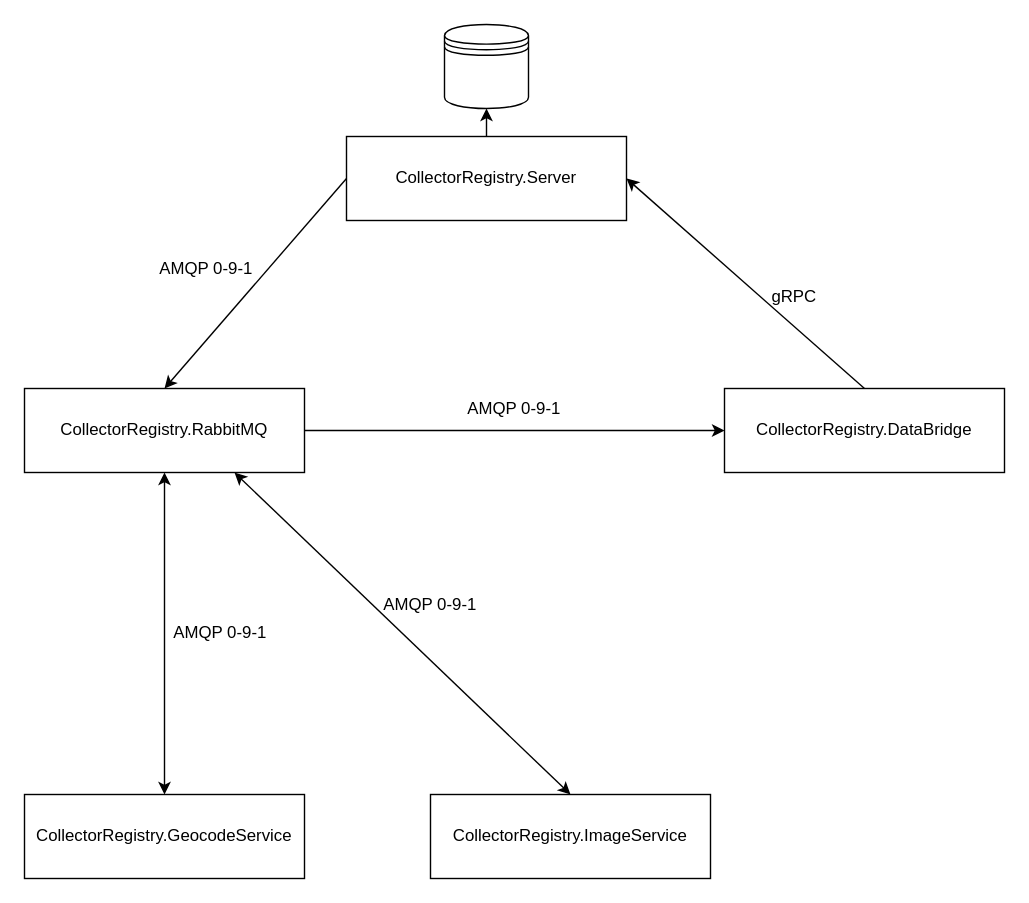
The draw.io diagram doc/Architecture.drawio in srenner/CollectorRegistry, before the edit. Source tidied: cells renumbered, new cells numbered last; positions are measured from the earlier drawing's top-left corner, leaving out a move shared by most shapes. Both pictures are drawn from the tidied source at 140%, with x=0, y=0 at pixel (24, 24).
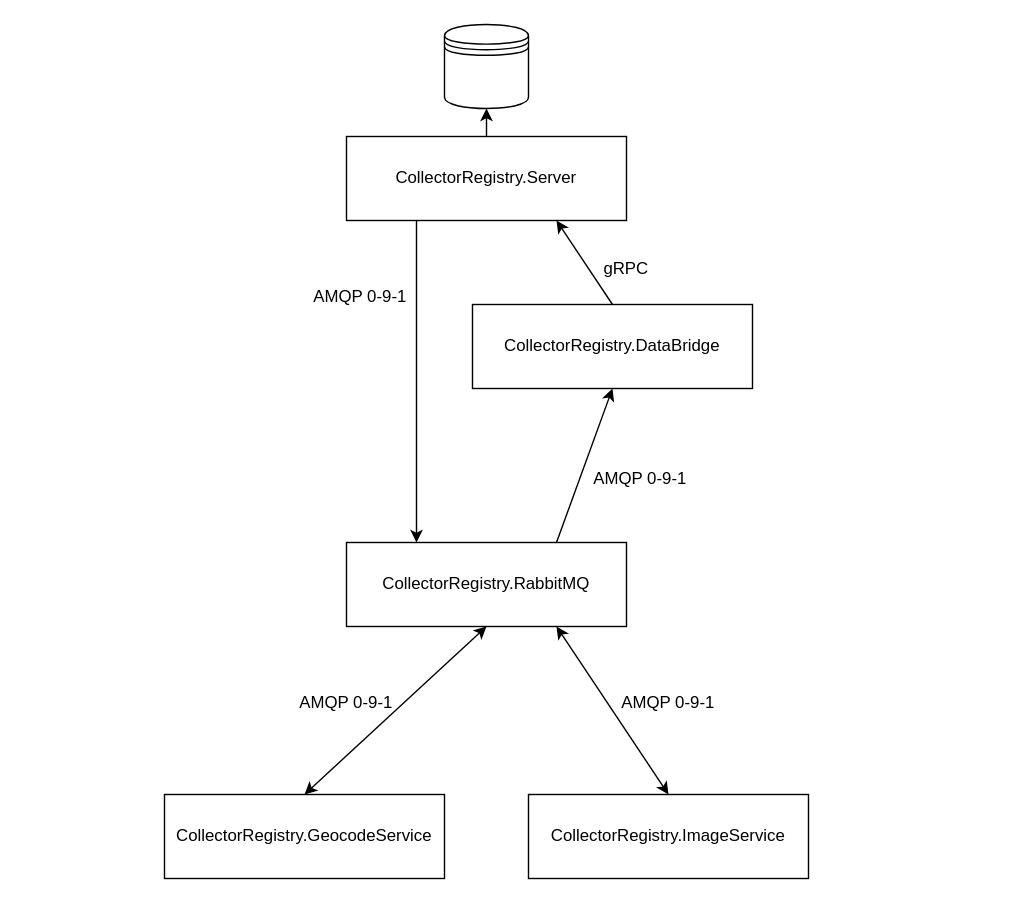
The same diagram, later.

Commit message:
reformat architecture diagram

What changed in the source:
```diff
@@
 <mxGraphModel>
   <root>
     <mxCell id="0" />
     <mxCell id="1" parent="0" />
     <mxCell id="2" value="CollectorRegistry.Server" style="rounded=0;whiteSpace=wrap;html=1;" parent="1" vertex="1">
       <mxGeometry x="230" y="80" width="200" height="60" as="geometry" />
     </mxCell>
     <mxCell id="3" style="shape=datastore;whiteSpace=wrap;html=1;" parent="1" vertex="1">
       <mxGeometry x="300" width="60" height="60" as="geometry" />
     </mxCell>
     <mxCell id="4" value="CollectorRegistry.RabbitMQ" style="rounded=0;whiteSpace=wrap;html=1;" parent="1" vertex="1">
-      <mxGeometry y="260" width="200" height="60" as="geometry" />
+      <mxGeometry x="230" y="370" width="200" height="60" as="geometry" />
     </mxCell>
     <mxCell id="5" value="CollectorRegistry.GeocodeService" style="rounded=0;whiteSpace=wrap;html=1;" parent="1" vertex="1">
-      <mxGeometry y="550" width="200" height="60" as="geometry" />
+      <mxGeometry x="100" y="550" width="200" height="60" as="geometry" />
     </mxCell>
     <mxCell id="6" value="CollectorRegistry.DataBridge" style="rounded=0;whiteSpace=wrap;html=1;" parent="1" vertex="1">
-      <mxGeometry x="500" y="260" width="200" height="60" as="geometry" />
+      <mxGeometry x="320" y="200" width="200" height="60" as="geometry" />
     </mxCell>
     <mxCell id="7" style="endArrow=classic;startArrow=classic;html=1;rounded=0;exitX=0.5;exitY=0;exitDx=0;exitDy=0;entryX=0.5;entryY=1;entryDx=0;entryDy=0;" parent="1" edge="1" source="5" target="4">
       <mxGeometry relative="1" as="geometry" />
     </mxCell>
-    <mxCell id="8" style="endArrow=classic;html=1;rounded=0;exitX=1;exitY=0.5;exitDx=0;exitDy=0;entryX=0;entryY=0.5;entryDx=0;entryDy=0;" parent="1" edge="1" source="4" target="6">
+    <mxCell id="8" style="endArrow=classic;html=1;rounded=0;exitX=0.75;exitY=0;exitDx=0;exitDy=0;entryX=0.5;entryY=1;entryDx=0;entryDy=0;" parent="1" edge="1" source="4" target="6">
       <mxGeometry relative="1" as="geometry" />
     </mxCell>
-    <mxCell id="9" style="endArrow=classic;html=1;rounded=0;exitX=0.5;exitY=0;exitDx=0;exitDy=0;entryX=1;entryY=0.5;entryDx=0;entryDy=0;" parent="1" edge="1" source="6" target="2">
+    <mxCell id="9" style="endArrow=classic;html=1;rounded=0;exitX=0.5;exitY=0;exitDx=0;exitDy=0;entryX=0.75;entryY=1;entryDx=0;entryDy=0;" parent="1" edge="1" source="6" target="2">
       <mxGeometry relative="1" as="geometry" />
     </mxCell>
-    <mxCell id="10" style="endArrow=classic;html=1;rounded=0;exitX=0;exitY=0.5;exitDx=0;exitDy=0;entryX=0.5;entryY=0;entryDx=0;entryDy=0;" parent="1" edge="1" source="2" target="4">
+    <mxCell id="10" style="endArrow=classic;html=1;rounded=0;exitX=0.25;exitY=1;exitDx=0;exitDy=0;entryX=0.25;entryY=0;entryDx=0;entryDy=0;" parent="1" edge="1" source="2" target="4">
       <mxGeometry relative="1" as="geometry" />
     </mxCell>
     <mxCell id="11" style="endArrow=classic;html=1;rounded=0;exitX=0.5;exitY=0;exitDx=0;exitDy=0;entryX=0.5;entryY=1;entryDx=0;entryDy=0;" parent="1" edge="1" source="2" target="3">
       <mxGeometry relative="1" as="geometry" />
     </mxCell>
     <mxCell id="12" value="CollectorRegistry.ImageService" style="rounded=0;whiteSpace=wrap;html=1;" parent="1" vertex="1">
-      <mxGeometry x="290" y="550" width="200" height="60" as="geometry" />
+      <mxGeometry x="360" y="550" width="200" height="60" as="geometry" />
     </mxCell>
     <mxCell id="13" style="endArrow=classic;startArrow=classic;html=1;rounded=0;entryX=0.5;entryY=0;entryDx=0;entryDy=0;exitX=0.75;exitY=1;exitDx=0;exitDy=0;" parent="1" edge="1" source="4" target="12">
       <mxGeometry relative="1" as="geometry" />
     </mxCell>
     <mxCell id="14" value="AMQP 0-9-1" style="text;html=1;strokeColor=none;fillColor=none;align=center;verticalAlign=middle;whiteSpace=wrap;rounded=0;" parent="1" vertex="1">
-      <mxGeometry x="80" y="160" width="100" height="30" as="geometry" />
+      <mxGeometry x="190" y="180" width="100" height="30" as="geometry" />
     </mxCell>
     <mxCell id="15" value="gRPC" style="text;html=1;strokeColor=none;fillColor=none;align=center;verticalAlign=middle;whiteSpace=wrap;rounded=0;" parent="1" vertex="1">
-      <mxGeometry x="520" y="180" width="60" height="30" as="geometry" />
+      <mxGeometry x="400" y="160" width="60" height="30" as="geometry" />
     </mxCell>
     <mxCell id="16" value="AMQP 0-9-1" style="text;html=1;strokeColor=none;fillColor=none;align=center;verticalAlign=middle;whiteSpace=wrap;rounded=0;" parent="1" vertex="1">
-      <mxGeometry x="300" y="260" width="100" height="30" as="geometry" />
+      <mxGeometry x="390" y="310" width="100" height="30" as="geometry" />
     </mxCell>
     <mxCell id="17" value="AMQP 0-9-1" style="text;html=1;strokeColor=none;fillColor=none;align=center;verticalAlign=middle;whiteSpace=wrap;rounded=0;" parent="1" vertex="1">
-      <mxGeometry x="240" y="400" width="100" height="30" as="geometry" />
+      <mxGeometry x="410" y="470" width="100" height="30" as="geometry" />
     </mxCell>
     <mxCell id="18" value="AMQP 0-9-1" style="text;html=1;strokeColor=none;fillColor=none;align=center;verticalAlign=middle;whiteSpace=wrap;rounded=0;" parent="1" vertex="1">
-      <mxGeometry x="90" y="420" width="100" height="30" as="geometry" />
+      <mxGeometry x="180" y="470" width="100" height="30" as="geometry" />
     </mxCell>
   </root>
 </mxGraphModel>
```
